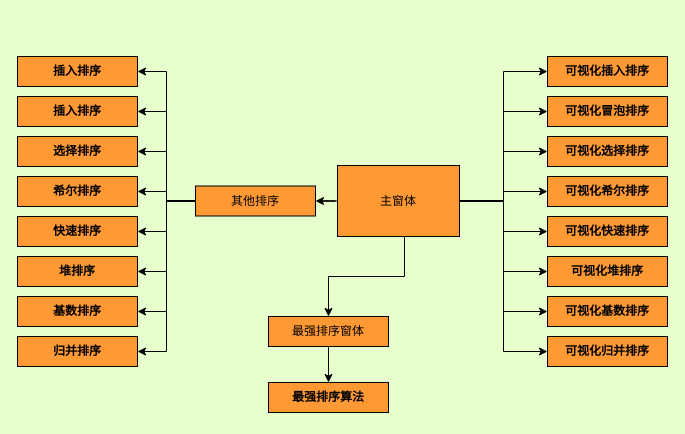
harmor123/picx-images-hosting keeps this draw.io diagram as 未命名绘图.drawio. Above is the earlier version. Source tidied: cells renumbered, new cells numbered last; positions are measured from the earlier drawing's top-left corner, leaving out a move shared by most shapes. Both pictures are drawn from the tidied source at 100%, with x=0, y=0 at pixel (17, 56).
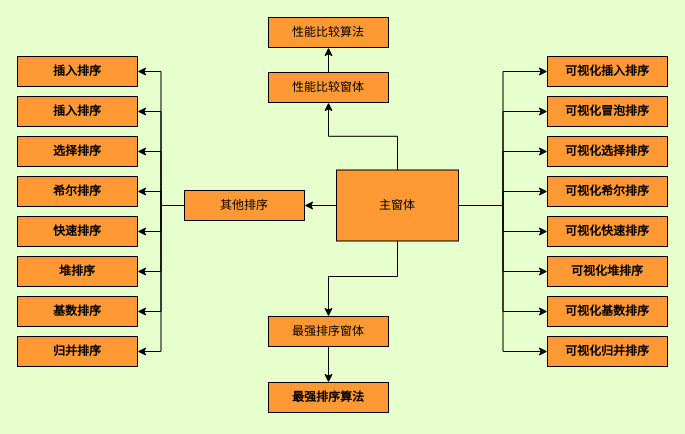
The same diagram, later.

Commit message:
更新未命名绘图.drawio

Unchanged cells that the change refers to:
```xml
<mxCell id="15" value="最强排序窗体" style="rounded=0;whiteSpace=wrap;html=1;fillColor=#FF9933;" parent="1" vertex="1">
  <mxGeometry x="251" y="260" width="120" height="30" as="geometry" />
</mxCell>
```

Diff of the diagram source:
```diff
@@
     <mxCell id="11" style="edgeStyle=orthogonalEdgeStyle;rounded=0;jettySize=auto;html=1;exitX=0.5;exitY=1;exitDx=0;exitDy=0;entryX=0.5;entryY=0;entryDx=0;entryDy=0;" parent="1" edge="1" source="12" target="15">
       <mxGeometry relative="1" as="geometry">
         <Array as="points">
-          <mxPoint x="387" y="220" />
+          <mxPoint x="380" y="220" />
           <mxPoint x="311" y="220" />
         </Array>
       </mxGeometry>
     </mxCell>
+    <mxCell id="41" style="edgeStyle=orthogonalEdgeStyle;rounded=0;jettySize=auto;html=1;exitX=0.5;exitY=0;exitDx=0;exitDy=0;entryX=0.5;entryY=1;entryDx=0;entryDy=0;" parent="1" edge="1" source="12" target="43">
+      <mxGeometry relative="1" as="geometry" />
+    </mxCell>
     <mxCell id="12" value="主窗体" style="rounded=0;whiteSpace=wrap;html=1;fillColor=#FF9933;" parent="1" vertex="1">
-      <mxGeometry x="320" y="109" width="122" height="71" as="geometry" />
+      <mxGeometry x="319" y="113.5" width="122" height="71" as="geometry" />
     </mxCell>
@@
     <mxCell id="31" value="其他排序" style="rounded=0;whiteSpace=wrap;html=1;fillColor=#FF9933;" parent="1" vertex="1">
-      <mxGeometry x="178" y="129.5" width="120" height="30" as="geometry" />
+      <mxGeometry x="167" y="134" width="120" height="30" as="geometry" />
     </mxCell>
@@
+    <mxCell id="42" style="edgeStyle=orthogonalEdgeStyle;rounded=0;jettySize=auto;html=1;exitX=0.5;exitY=0;exitDx=0;exitDy=0;entryX=0.5;entryY=1;entryDx=0;entryDy=0;" parent="1" edge="1" source="43" target="44">
+      <mxGeometry relative="1" as="geometry" />
+    </mxCell>
+    <mxCell id="43" value="性能比较窗体" style="rounded=0;whiteSpace=wrap;html=1;fillColor=#FF9933;" parent="1" vertex="1">
+      <mxGeometry x="251" y="16" width="120" height="30" as="geometry" />
+    </mxCell>
+    <mxCell id="44" value="性能比较算法" style="rounded=0;whiteSpace=wrap;html=1;fillColor=#FF9933;" parent="1" vertex="1">
+      <mxGeometry x="251" y="-39" width="120" height="30" as="geometry" />
+    </mxCell>
```
